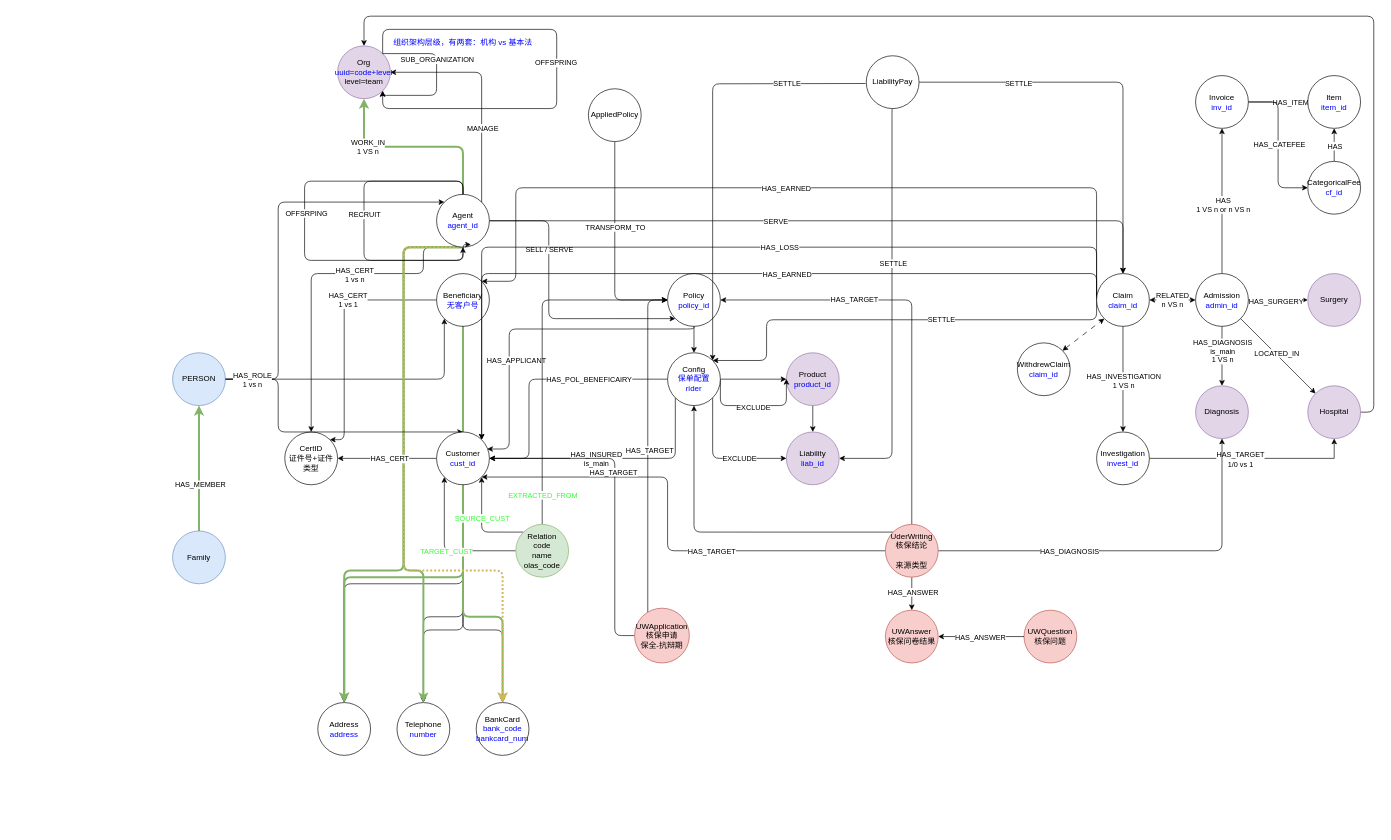
Before: page "V1.3" (5 of 9) of 友邦/图拓扑设计.drawio in XiaoLiuAI/diagrams, a draw.io diagram. Source tidied: cells renumbered, new cells numbered last; positions are measured from the earlier drawing's top-left corner, leaving out a move shared by most shapes. Both pictures are drawn from the tidied source at 66%, with x=0, y=0 at pixel (172, 16).
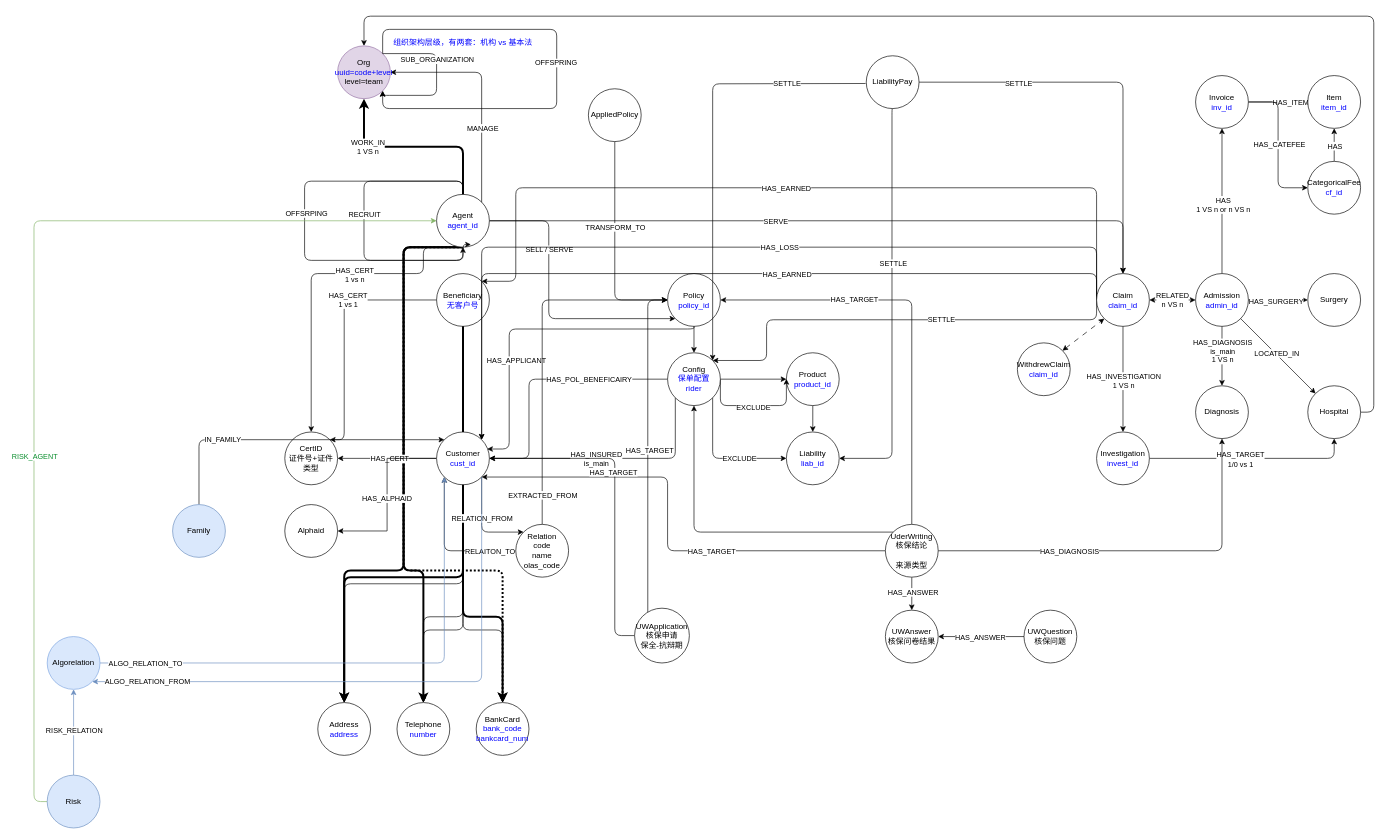
The same diagram, later.

Unchanged cells that the change refers to:
```xml
<mxCell id="18" value="Beneficiary&lt;br&gt;&lt;font color=&quot;#0000ff&quot;&gt;无客户号&lt;/font&gt;" style="ellipse;whiteSpace=wrap;html=1;" parent="1" vertex="1">
  <mxGeometry x="400" y="390" width="80" height="80" as="geometry" />
</mxCell>
<mxCell id="28" value="Agent&lt;br&gt;&lt;font color=&quot;#0000ff&quot;&gt;agent_id&lt;/font&gt;" style="ellipse;whiteSpace=wrap;html=1;" parent="1" vertex="1">
  <mxGeometry x="400" y="270" width="80" height="80" as="geometry" />
</mxCell>
<mxCell id="86" value="Investigation&lt;br&gt;&lt;font color=&quot;#0000ff&quot;&gt;invest_id&lt;/font&gt;" style="ellipse;whiteSpace=wrap;html=1;" parent="1" vertex="1">
  <mxGeometry x="1400" y="630" width="80" height="80" as="geometry" />
</mxCell>
<mxCell id="89" value="Org&lt;br&gt;&lt;font color=&quot;#0000ff&quot;&gt;uuid=code+level&lt;br&gt;&lt;/font&gt;level=team" style="ellipse;whiteSpace=wrap;html=1;fillColor=#e1d5e7;strokeColor=#9673a6;" parent="1" vertex="1">
  <mxGeometry x="250" y="45" width="80" height="80" as="geometry" />
</mxCell>
<mxCell id="100" value="BankCard&lt;br&gt;&lt;font color=&quot;#0000ff&quot;&gt;bank_code&lt;br&gt;bankcard_num&lt;/font&gt;" style="ellipse;whiteSpace=wrap;html=1;" parent="1" vertex="1">
  <mxGeometry x="460" y="1040" width="80" height="80" as="geometry" />
</mxCell>
<mxCell id="101" value="Telephone&lt;br&gt;&lt;font color=&quot;#0000ff&quot;&gt;number&lt;br&gt;&lt;/font&gt;" style="ellipse;whiteSpace=wrap;html=1;" parent="1" vertex="1">
  <mxGeometry x="340" y="1040" width="80" height="80" as="geometry" />
</mxCell>
<mxCell id="102" value="Address&lt;br&gt;&lt;font color=&quot;#0000ff&quot;&gt;address&lt;br&gt;&lt;/font&gt;" style="ellipse;whiteSpace=wrap;html=1;" parent="1" vertex="1">
  <mxGeometry x="220" y="1040" width="80" height="80" as="geometry" />
</mxCell>
<mxCell id="108" value="Customer&lt;br&gt;&lt;font color=&quot;#0000ff&quot;&gt;cust_id&lt;/font&gt;" style="ellipse;whiteSpace=wrap;html=1;" parent="1" vertex="1">
  <mxGeometry x="400" y="630" width="80" height="80" as="geometry" />
</mxCell>
<mxCell id="136" style="edgeStyle=orthogonalEdgeStyle;rounded=1;jettySize=auto;html=1;exitX=0;exitY=0.5;exitDx=0;exitDy=0;entryX=0;entryY=1;entryDx=0;entryDy=0;" parent="1" edge="1" source="142" target="108">
  <mxGeometry relative="1" as="geometry" />
</mxCell>
<mxCell id="140" style="edgeStyle=orthogonalEdgeStyle;rounded=1;jettySize=auto;html=1;exitX=0.5;exitY=0;exitDx=0;exitDy=0;entryX=0;entryY=0.5;entryDx=0;entryDy=0;" parent="1" edge="1" source="142" target="30">
  <mxGeometry relative="1" as="geometry" />
</mxCell>
```

Change to the diagram source:
```diff
@@
-    <mxCell id="3" style="edgeStyle=orthogonalEdgeStyle;rounded=1;jettySize=auto;html=1;exitX=0.5;exitY=1;exitDx=0;exitDy=0;entryX=0.5;entryY=0;entryDx=0;entryDy=0;fillColor=#d5e8d4;strokeColor=#82b366;strokeWidth=3;" parent="1" edge="1" source="18" target="102">
+    <mxCell id="3" style="edgeStyle=orthogonalEdgeStyle;rounded=1;jettySize=auto;html=1;exitX=0.5;exitY=1;exitDx=0;exitDy=0;entryX=0.5;entryY=0;entryDx=0;entryDy=0;fillColor=#d5e8d4;strokeColor=#000000;strokeWidth=3;" parent="1" edge="1" source="18" target="102">
       <mxGeometry relative="1" as="geometry">
         <Array as="points">
           <mxPoint x="440" y="850" />
           <mxPoint x="260" y="850" />
         </Array>
       </mxGeometry>
     </mxCell>
-    <mxCell id="4" style="edgeStyle=orthogonalEdgeStyle;rounded=1;jettySize=auto;html=1;exitX=0;exitY=0;exitDx=0;exitDy=0;entryX=1;entryY=0.5;entryDx=0;entryDy=0;fillColor=#d5e8d4;strokeColor=#000000;strokeWidth=1;endArrow=none;endFill=0;startArrow=classic;startFill=1;" parent="1" edge="1" source="28" target="10">
-      <mxGeometry relative="1" as="geometry">
-        <Array as="points">
-          <mxPoint x="160" y="282" />
-          <mxPoint x="160" y="550" />
-        </Array>
-      </mxGeometry>
-    </mxCell>
@@
-    <mxCell id="10" value="PERSON" style="ellipse;whiteSpace=wrap;html=1;fillColor=#dae8fc;strokeColor=#6c8ebf;" parent="1" vertex="1">
-      <mxGeometry y="510" width="80" height="80" as="geometry" />
-    </mxCell>
@@
-    <mxCell id="16" style="edgeStyle=orthogonalEdgeStyle;rounded=1;jettySize=auto;html=1;exitX=0.5;exitY=1;exitDx=0;exitDy=0;entryX=0.5;entryY=0;entryDx=0;entryDy=0;fillColor=#d5e8d4;strokeColor=#82b366;strokeWidth=3;" parent="1" edge="1" source="18" target="100">
+    <mxCell id="16" style="edgeStyle=orthogonalEdgeStyle;rounded=1;jettySize=auto;html=1;exitX=0.5;exitY=1;exitDx=0;exitDy=0;entryX=0.5;entryY=0;entryDx=0;entryDy=0;fillColor=#d5e8d4;strokeColor=#000000;strokeWidth=3;" parent="1" edge="1" source="18" target="100">
       <mxGeometry relative="1" as="geometry">
         <Array as="points">
           <mxPoint x="440" y="910" />
           <mxPoint x="500" y="910" />
         </Array>
       </mxGeometry>
     </mxCell>
-    <mxCell id="17" style="edgeStyle=orthogonalEdgeStyle;rounded=1;jettySize=auto;html=1;exitX=0;exitY=1;exitDx=0;exitDy=0;startArrow=classic;startFill=1;endArrow=none;endFill=0;strokeWidth=1;strokeColor=#000000;" parent="1" edge="1" source="18">
-      <mxGeometry relative="1" as="geometry">
-        <mxPoint x="80" y="550" as="targetPoint" />
-        <Array as="points">
-          <mxPoint x="412" y="550" />
-        </Array>
-      </mxGeometry>
-    </mxCell>
@@
-    <mxCell id="19" style="edgeStyle=orthogonalEdgeStyle;rounded=1;jettySize=auto;html=1;exitX=0.5;exitY=0;exitDx=0;exitDy=0;fillColor=#d5e8d4;strokeColor=#82b366;strokeWidth=3;entryX=0.5;entryY=1;entryDx=0;entryDy=0;" parent="1" edge="1" source="28" target="89">
+    <mxCell id="19" style="edgeStyle=orthogonalEdgeStyle;rounded=1;jettySize=auto;html=1;exitX=0.5;exitY=0;exitDx=0;exitDy=0;fillColor=#d5e8d4;strokeColor=#000000;strokeWidth=3;entryX=0.5;entryY=1;entryDx=0;entryDy=0;" parent="1" edge="1" source="28" target="89">
       <mxGeometry relative="1" as="geometry">
         <Array as="points">
           <mxPoint x="440" y="198" />
           <mxPoint x="290" y="198" />
         </Array>
       </mxGeometry>
     </mxCell>
@@
-    <mxCell id="23" style="edgeStyle=orthogonalEdgeStyle;rounded=1;jettySize=auto;html=1;exitX=0.5;exitY=1;exitDx=0;exitDy=0;entryX=0.5;entryY=0;entryDx=0;entryDy=0;fillColor=#d5e8d4;strokeColor=#82b366;strokeWidth=3;" parent="1" edge="1" source="28" target="101">
+    <mxCell id="23" style="edgeStyle=orthogonalEdgeStyle;rounded=1;jettySize=auto;html=1;exitX=0.5;exitY=1;exitDx=0;exitDy=0;entryX=0.5;entryY=0;entryDx=0;entryDy=0;fillColor=#d5e8d4;strokeColor=#000000;strokeWidth=3;" parent="1" edge="1" source="28" target="101">
       <mxGeometry relative="1" as="geometry">
         <Array as="points">
           <mxPoint x="350" y="350" />
           <mxPoint x="350" y="840" />
           <mxPoint x="380" y="840" />
         </Array>
       </mxGeometry>
     </mxCell>
-    <mxCell id="24" style="edgeStyle=orthogonalEdgeStyle;rounded=1;jettySize=auto;html=1;exitX=0.5;exitY=1;exitDx=0;exitDy=0;entryX=0.5;entryY=0;entryDx=0;entryDy=0;fillColor=#d5e8d4;strokeColor=#82b366;strokeWidth=3;" parent="1" edge="1" source="28" target="102">
+    <mxCell id="24" style="edgeStyle=orthogonalEdgeStyle;rounded=1;jettySize=auto;html=1;exitX=0.5;exitY=1;exitDx=0;exitDy=0;entryX=0.5;entryY=0;entryDx=0;entryDy=0;fillColor=#d5e8d4;strokeColor=#000000;strokeWidth=3;" parent="1" edge="1" source="28" target="102">
       <mxGeometry relative="1" as="geometry">
         <Array as="points">
           <mxPoint x="350" y="350" />
           <mxPoint x="350" y="840" />
           <mxPoint x="260" y="840" />
         </Array>
       </mxGeometry>
     </mxCell>
-    <mxCell id="25" style="edgeStyle=orthogonalEdgeStyle;rounded=1;jettySize=auto;html=1;exitX=0.5;exitY=1;exitDx=0;exitDy=0;entryX=0.5;entryY=0;entryDx=0;entryDy=0;fillColor=#fff2cc;strokeColor=#d6b656;strokeWidth=3;dashed=1;dashPattern=1 1;" parent="1" edge="1" source="28" target="100">
+    <mxCell id="25" style="edgeStyle=orthogonalEdgeStyle;rounded=1;jettySize=auto;html=1;exitX=0.5;exitY=1;exitDx=0;exitDy=0;entryX=0.5;entryY=0;entryDx=0;entryDy=0;fillColor=#fff2cc;strokeColor=#000000;strokeWidth=3;dashed=1;dashPattern=1 1;" parent="1" edge="1" source="28" target="100">
       <mxGeometry relative="1" as="geometry">
         <Array as="points">
           <mxPoint x="350" y="350" />
           <mxPoint x="350" y="840" />
           <mxPoint x="500" y="840" />
         </Array>
       </mxGeometry>
     </mxCell>
@@
-    <mxCell id="32" value="Product&lt;br&gt;&lt;font color=&quot;#0000ff&quot;&gt;product_id&lt;/font&gt;" style="ellipse;whiteSpace=wrap;html=1;fillColor=#e1d5e7;strokeColor=#9673a6;" parent="1" vertex="1">
+    <mxCell id="32" value="Product&lt;br&gt;&lt;font color=&quot;#0000ff&quot;&gt;product_id&lt;/font&gt;" style="ellipse;whiteSpace=wrap;html=1;" parent="1" vertex="1">
       <mxGeometry x="930" y="510" width="80" height="80" as="geometry" />
     </mxCell>
-    <mxCell id="33" value="Liability&lt;br&gt;&lt;font color=&quot;#0000ff&quot;&gt;liab_id&lt;/font&gt;" style="ellipse;whiteSpace=wrap;html=1;fillColor=#e1d5e7;strokeColor=#9673a6;" parent="1" vertex="1">
+    <mxCell id="33" value="Liability&lt;br&gt;&lt;font color=&quot;#0000ff&quot;&gt;liab_id&lt;/font&gt;" style="ellipse;whiteSpace=wrap;html=1;" parent="1" vertex="1">
       <mxGeometry x="930" y="630" width="80" height="80" as="geometry" />
     </mxCell>
@@
-    <mxCell id="69" value="Diagnosis" style="ellipse;whiteSpace=wrap;html=1;fillColor=#e1d5e7;strokeColor=#9673a6;" parent="1" vertex="1">
+    <mxCell id="69" value="Diagnosis" style="ellipse;whiteSpace=wrap;html=1;" parent="1" vertex="1">
       <mxGeometry x="1550" y="560" width="80" height="80" as="geometry" />
     </mxCell>
-    <mxCell id="70" value="Surgery" style="ellipse;whiteSpace=wrap;html=1;fillColor=#e1d5e7;strokeColor=#9673a6;" parent="1" vertex="1">
+    <mxCell id="70" value="Surgery" style="ellipse;whiteSpace=wrap;html=1;" parent="1" vertex="1">
       <mxGeometry x="1720" y="390" width="80" height="80" as="geometry" />
     </mxCell>
@@
-    <mxCell id="72" value="Hospital" style="ellipse;whiteSpace=wrap;html=1;fillColor=#e1d5e7;strokeColor=#9673a6;" parent="1" vertex="1">
+    <mxCell id="72" value="Hospital" style="ellipse;whiteSpace=wrap;html=1;" parent="1" vertex="1">
       <mxGeometry x="1720" y="560" width="80" height="80" as="geometry" />
     </mxCell>
@@
-    <mxCell id="84" style="edgeStyle=orthogonalEdgeStyle;rounded=0;jettySize=auto;html=1;exitX=1;exitY=0.5;exitDx=0;exitDy=0;entryX=0.5;entryY=1;entryDx=0;entryDy=0;" parent="1" edge="1" source="86" target="72">
+    <mxCell id="84" style="edgeStyle=orthogonalEdgeStyle;rounded=1;jettySize=auto;html=1;exitX=1;exitY=0.5;exitDx=0;exitDy=0;entryX=0.5;entryY=1;entryDx=0;entryDy=0;" parent="1" edge="1" source="86" target="72">
       <mxGeometry relative="1" as="geometry" />
     </mxCell>
@@
-    <mxCell id="92" style="edgeStyle=orthogonalEdgeStyle;rounded=0;jettySize=auto;html=1;exitX=0.5;exitY=0;exitDx=0;exitDy=0;entryX=0.5;entryY=1;entryDx=0;entryDy=0;fillColor=#d5e8d4;strokeColor=#82b366;strokeWidth=3;" parent="1" edge="1" source="94" target="10">
-      <mxGeometry relative="1" as="geometry" />
-    </mxCell>
-    <mxCell id="93" value="HAS_MEMBER" style="edgeLabel;html=1;align=center;verticalAlign=middle;" parent="92" vertex="1">
-      <mxGeometry x="-0.25" y="-1" relative="1" as="geometry" />
-    </mxCell>
+    <mxCell id="143" style="edgeStyle=orthogonalEdgeStyle;rounded=1;jettySize=auto;html=1;exitX=0.5;exitY=0;exitDx=0;exitDy=0;entryX=0;entryY=0;entryDx=0;entryDy=0;" parent="1" edge="1" source="94" target="108">
+      <mxGeometry relative="1" as="geometry">
+        <Array as="points">
+          <mxPoint x="40" y="642" />
+        </Array>
+      </mxGeometry>
+    </mxCell>
+    <mxCell id="144" value="IN_FAMILY" style="edgeLabel;html=1;align=center;verticalAlign=middle;" parent="143" vertex="1">
+      <mxGeometry x="-0.52" y="1" relative="1" as="geometry">
+        <mxPoint x="21" as="offset" />
+      </mxGeometry>
+    </mxCell>
     <mxCell id="94" value="Family" style="ellipse;whiteSpace=wrap;html=1;fillColor=#dae8fc;strokeColor=#6c8ebf;" parent="1" vertex="1">
-      <mxGeometry y="780" width="80" height="80" as="geometry" />
+      <mxGeometry y="740" width="80" height="80" as="geometry" />
     </mxCell>
@@
-    <mxCell id="104" style="edgeStyle=orthogonalEdgeStyle;rounded=1;jettySize=auto;html=1;exitX=0.5;exitY=0;exitDx=0;exitDy=0;entryX=1;entryY=0.5;entryDx=0;entryDy=0;startArrow=classic;startFill=1;endArrow=none;endFill=0;strokeWidth=1;strokeColor=#000000;" parent="1" edge="1" source="108" target="10">
-      <mxGeometry relative="1" as="geometry">
-        <Array as="points">
-          <mxPoint x="160" y="630" />
-          <mxPoint x="160" y="550" />
-        </Array>
-      </mxGeometry>
-    </mxCell>
-    <mxCell id="105" value="HAS_ROLE&lt;br&gt;1 vs n" style="edgeLabel;html=1;align=center;verticalAlign=middle;" parent="104" vertex="1">
-      <mxGeometry x="0.87" y="1" relative="1" as="geometry">
-        <mxPoint x="11" y="-1" as="offset" />
-      </mxGeometry>
-    </mxCell>
@@
+    <mxCell id="145" style="edgeStyle=orthogonalEdgeStyle;rounded=0;jettySize=auto;html=1;exitX=0;exitY=0.5;exitDx=0;exitDy=0;entryX=1;entryY=0.5;entryDx=0;entryDy=0;" parent="1" edge="1" source="108" target="157">
+      <mxGeometry relative="1" as="geometry" />
+    </mxCell>
+    <mxCell id="146" value="HAS_ALPHAID" style="edgeLabel;html=1;align=center;verticalAlign=middle;" parent="145" vertex="1">
+      <mxGeometry x="0.04" y="-1" relative="1" as="geometry" />
+    </mxCell>
@@
-    <mxCell id="118" value="UderWriting&lt;br&gt;核保结论&lt;br&gt;&lt;br&gt;来源类型" style="ellipse;whiteSpace=wrap;html=1;fillColor=#f8cecc;strokeColor=#b85450;" parent="1" vertex="1">
+    <mxCell id="118" value="UderWriting&lt;br&gt;核保结论&lt;br&gt;&lt;br&gt;来源类型" style="ellipse;whiteSpace=wrap;html=1;fillColor=#FFFFFF;strokeColor=#000000;" parent="1" vertex="1">
       <mxGeometry x="1080" y="770" width="80" height="80" as="geometry" />
     </mxCell>
-    <mxCell id="119" value="UWQuestion&lt;br&gt;核保问题" style="ellipse;whiteSpace=wrap;html=1;fillColor=#f8cecc;strokeColor=#b85450;" parent="1" vertex="1">
+    <mxCell id="119" value="UWQuestion&lt;br&gt;核保问题" style="ellipse;whiteSpace=wrap;html=1;" parent="1" vertex="1">
       <mxGeometry x="1290" y="900" width="80" height="80" as="geometry" />
     </mxCell>
@@
-    <mxCell id="122" value="UWAnswer&lt;br&gt;核保问卷结果" style="ellipse;whiteSpace=wrap;html=1;fillColor=#f8cecc;strokeColor=#b85450;" parent="1" vertex="1">
+    <mxCell id="122" value="UWAnswer&lt;br&gt;核保问卷结果" style="ellipse;whiteSpace=wrap;html=1;" parent="1" vertex="1">
       <mxGeometry x="1080" y="900" width="80" height="80" as="geometry" />
     </mxCell>
@@
-    <mxCell id="131" value="UWApplication&lt;br&gt;核保申请&lt;br&gt;保全-抗辩期" style="ellipse;whiteSpace=wrap;html=1;fillColor=#f8cecc;strokeColor=#b85450;" parent="1" vertex="1">
+    <mxCell id="131" value="UWApplication&lt;br&gt;核保申请&lt;br&gt;保全-抗辩期" style="ellipse;whiteSpace=wrap;html=1;" parent="1" vertex="1">
       <mxGeometry x="700" y="897" width="83" height="83" as="geometry" />
     </mxCell>
@@
-    <mxCell id="137" value="TARGET_CUST" style="edgeLabel;html=1;align=center;verticalAlign=middle;fontColor=#33FF33;" parent="136" vertex="1">
-      <mxGeometry x="-0.04" y="1" relative="1" as="geometry" />
+    <mxCell id="137" value="&lt;font color=&quot;#000000&quot;&gt;RELAITON_TO&lt;/font&gt;" style="edgeLabel;html=1;align=center;verticalAlign=middle;fontColor=#33FF33;" parent="136" vertex="1">
+      <mxGeometry x="-0.04" y="1" relative="1" as="geometry">
+        <mxPoint x="66" y="-1" as="offset" />
+      </mxGeometry>
     </mxCell>
-    <mxCell id="138" style="edgeStyle=orthogonalEdgeStyle;rounded=1;jettySize=auto;html=1;exitX=0;exitY=0;exitDx=0;exitDy=0;entryX=1;entryY=1;entryDx=0;entryDy=0;" parent="1" edge="1" source="142" target="108">
+    <mxCell id="138" style="edgeStyle=orthogonalEdgeStyle;rounded=1;jettySize=auto;html=1;exitX=0;exitY=0;exitDx=0;exitDy=0;entryX=1;entryY=1;entryDx=0;entryDy=0;startArrow=classic;startFill=1;endArrow=none;endFill=0;" parent="1" edge="1" source="142" target="108">
       <mxGeometry relative="1" as="geometry" />
     </mxCell>
-    <mxCell id="139" value="SOURCE_CUST" style="edgeLabel;html=1;align=center;verticalAlign=middle;fontColor=#33FF33;" parent="138" vertex="1">
+    <mxCell id="139" value="&lt;font color=&quot;#000000&quot;&gt;RELATION_FROM&lt;/font&gt;" style="edgeLabel;html=1;align=center;verticalAlign=middle;fontColor=#33FF33;" parent="138" vertex="1">
       <mxGeometry x="0.16" relative="1" as="geometry" />
     </mxCell>
@@
-    <mxCell id="141" value="EXTRACTED_FROM" style="edgeLabel;html=1;align=center;verticalAlign=middle;fontColor=#33FF33;" parent="140" vertex="1">
+    <mxCell id="141" value="&lt;font color=&quot;#000000&quot;&gt;EXTRACTED_FROM&lt;/font&gt;" style="edgeLabel;html=1;align=center;verticalAlign=middle;fontColor=#33FF33;" parent="140" vertex="1">
       <mxGeometry x="-0.83" relative="1" as="geometry" />
     </mxCell>
-    <mxCell id="142" value="Relation&lt;br&gt;code&lt;br&gt;name&lt;br&gt;olas_code&lt;br&gt;" style="ellipse;whiteSpace=wrap;html=1;fillColor=#d5e8d4;strokeColor=#82b366;" parent="1" vertex="1">
+    <mxCell id="142" value="Relation&lt;br&gt;code&lt;br&gt;name&lt;br&gt;olas_code&lt;br&gt;" style="ellipse;whiteSpace=wrap;html=1;" parent="1" vertex="1">
       <mxGeometry x="520" y="770" width="80" height="80" as="geometry" />
     </mxCell>
+    <mxCell id="147" style="edgeStyle=orthogonalEdgeStyle;rounded=0;jettySize=auto;html=1;exitX=0.5;exitY=0;exitDx=0;exitDy=0;entryX=0.5;entryY=1;entryDx=0;entryDy=0;fillColor=#dae8fc;strokeColor=#6c8ebf;" parent="1" edge="1" source="151" target="156">
+      <mxGeometry relative="1" as="geometry" />
+    </mxCell>
+    <mxCell id="148" value="RISK_RELATION" style="edgeLabel;html=1;align=center;verticalAlign=middle;" parent="147" vertex="1">
+      <mxGeometry x="0.04" relative="1" as="geometry" />
+    </mxCell>
+    <mxCell id="149" style="edgeStyle=orthogonalEdgeStyle;rounded=1;jettySize=auto;html=1;exitX=0;exitY=0.5;exitDx=0;exitDy=0;entryX=0;entryY=0.5;entryDx=0;entryDy=0;fontColor=#47FF78;fillColor=#d5e8d4;strokeColor=#82b366;" parent="1" edge="1" source="151" target="28">
+      <mxGeometry relative="1" as="geometry" />
+    </mxCell>
+    <mxCell id="150" value="&lt;font&gt;RISK_AGENT&lt;/font&gt;" style="edgeLabel;html=1;align=center;verticalAlign=middle;fontColor=#0B8E2E;" parent="149" vertex="1">
+      <mxGeometry x="-0.28" relative="1" as="geometry" />
+    </mxCell>
+    <mxCell id="151" value="Risk" style="ellipse;whiteSpace=wrap;html=1;fillColor=#dae8fc;strokeColor=#6c8ebf;" parent="1" vertex="1">
+      <mxGeometry x="-190" y="1150" width="80" height="80" as="geometry" />
+    </mxCell>
+    <mxCell id="152" style="edgeStyle=orthogonalEdgeStyle;rounded=1;jettySize=auto;html=1;exitX=1;exitY=0.5;exitDx=0;exitDy=0;entryX=0;entryY=1;entryDx=0;entryDy=0;fillColor=#dae8fc;strokeColor=#6c8ebf;" parent="1" edge="1" source="156" target="108">
+      <mxGeometry relative="1" as="geometry" />
+    </mxCell>
+    <mxCell id="153" value="ALGO_RELATION_TO" style="edgeLabel;html=1;align=center;verticalAlign=middle;" parent="152" vertex="1">
+      <mxGeometry x="-0.83" relative="1" as="geometry" />
+    </mxCell>
+    <mxCell id="154" style="edgeStyle=orthogonalEdgeStyle;rounded=1;jettySize=auto;html=1;exitX=1;exitY=1;exitDx=0;exitDy=0;entryX=1;entryY=1;entryDx=0;entryDy=0;endArrow=none;endFill=0;startArrow=classic;startFill=1;fillColor=#dae8fc;strokeColor=#6c8ebf;" parent="1" edge="1" source="156" target="108">
+      <mxGeometry relative="1" as="geometry" />
+    </mxCell>
+    <mxCell id="155" value="ALGO_RELATION_FROM" style="edgeLabel;html=1;align=center;verticalAlign=middle;" parent="154" vertex="1">
+      <mxGeometry x="-0.93" relative="1" as="geometry">
+        <mxPoint x="51" as="offset" />
+      </mxGeometry>
+    </mxCell>
+    <mxCell id="156" value="Algorelation" style="ellipse;whiteSpace=wrap;html=1;fillColor=#DAE8FC;strokeColor=#7EA6E0;gradientColor=none;" parent="1" vertex="1">
+      <mxGeometry x="-190" y="940" width="80" height="80" as="geometry" />
+    </mxCell>
+    <mxCell id="157" value="Alphaid" style="ellipse;whiteSpace=wrap;html=1;" parent="1" vertex="1">
+      <mxGeometry x="170" y="740" width="80" height="80" as="geometry" />
+    </mxCell>
```
